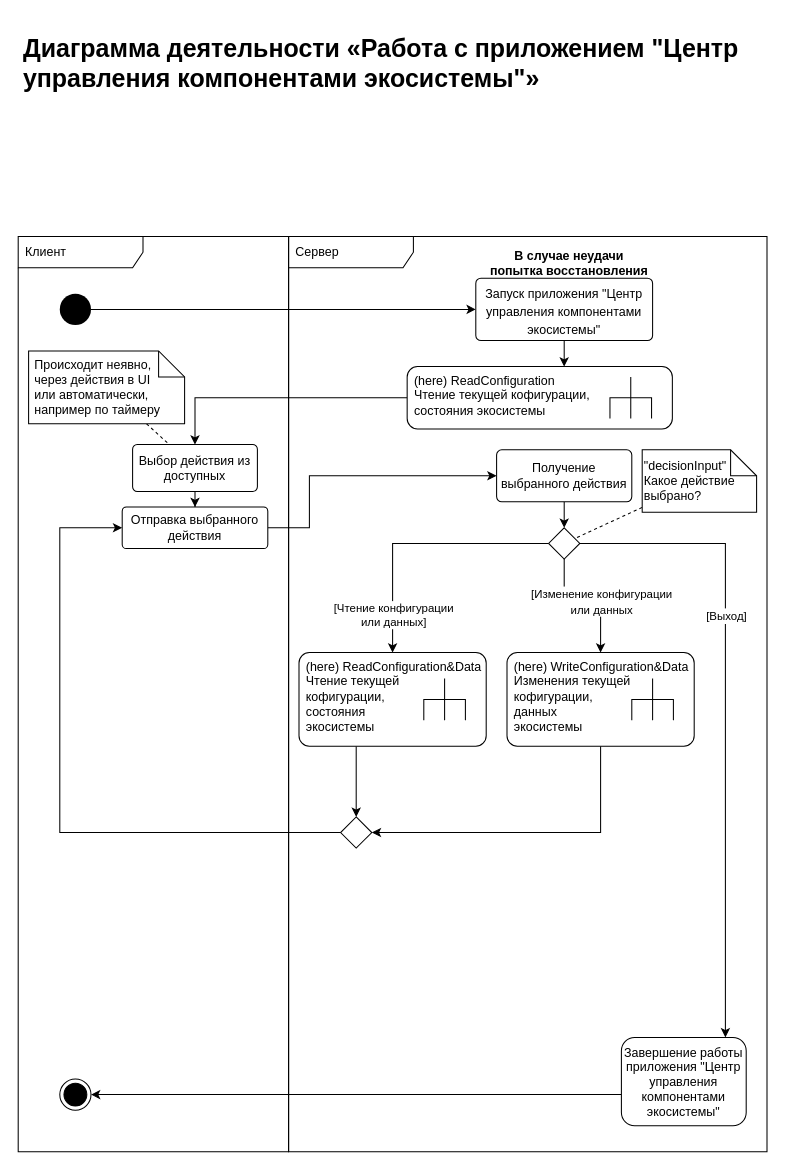
Above: page "Main diagram" (1 of 3) of architecture/zero-level/activity-diagrams/AD.StartECC.drawio in AVAtarMod/Linux_Ecosystem (draw.io), before the change. Source tidied: cells renumbered, new cells numbered last; positions are measured from the earlier drawing's top-left corner, leaving out a move shared by most shapes. Both pictures are drawn from the tidied source at 104%, with x=0, y=0 at pixel (18, 28).
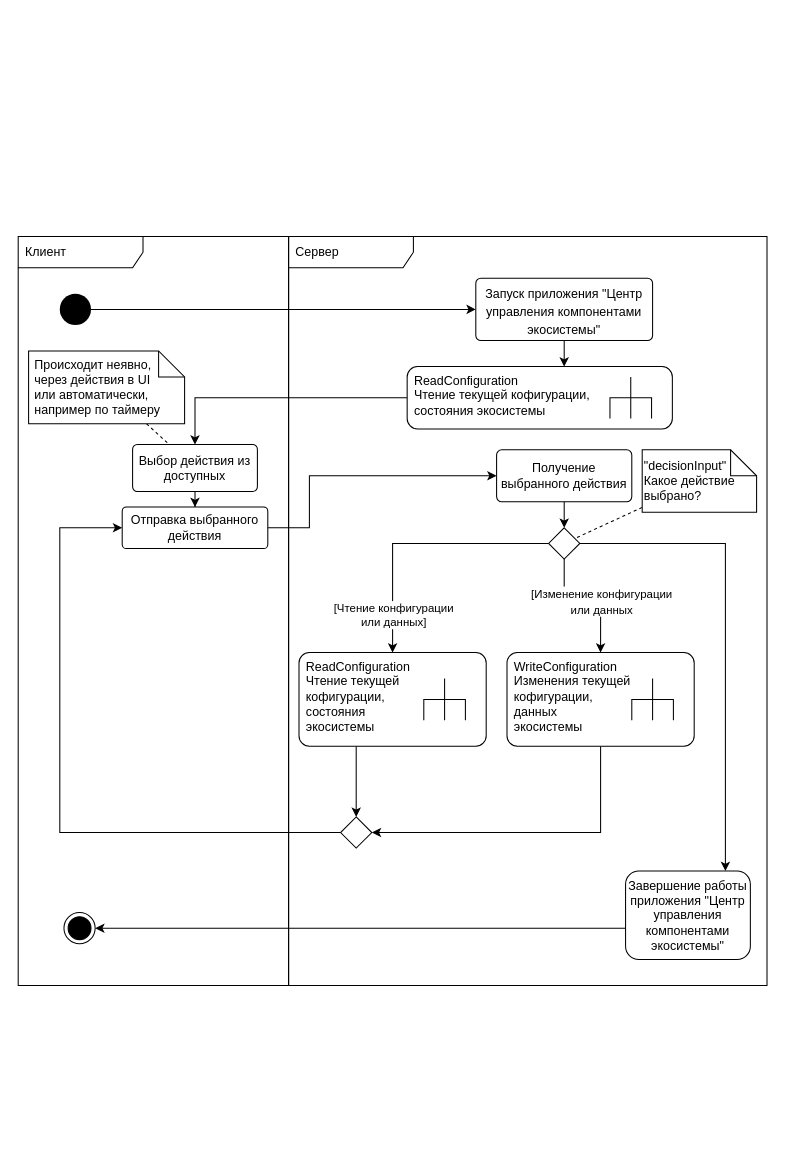
The same page after the edit.

Commit message (it also covers changes not shown here):
(architecture) изменено: диаграммы деятельности; добавлено: tex-опсание

The edit, as a diff of the source:
```diff
@@
     <mxCell id="2" value="Сервер" style="shape=umlFrame;whiteSpace=wrap;html=1;width=120;height=30;boundedLbl=1;verticalAlign=middle;align=left;spacingLeft=5;" parent="1" vertex="1">
-      <mxGeometry x="260" y="200" width="460" height="880" as="geometry" />
+      <mxGeometry x="260" y="200" width="460" height="720" as="geometry" />
     </mxCell>
-    <mxCell id="3" value="В случае неудачи &#10;попытка восстановления" style="text;align=center;fontStyle=1;verticalAlign=middle;spacingLeft=3;spacingRight=3;strokeColor=none;rounded=1;" parent="1" vertex="1">
-      <mxGeometry x="450" y="200" width="160" height="50" as="geometry" />
-    </mxCell>
-    <mxCell id="4" value="&lt;h1&gt;Диаграмма деятельности «Работа с приложением &quot;Центр управления компонентами экосистемы&quot;»&lt;/h1&gt;&lt;span style=&quot;text-align: center;&quot;&gt;&lt;br&gt;&lt;/span&gt;" style="text;html=1;strokeColor=none;fillColor=none;spacing=5;spacingTop=-20;overflow=hidden;rounded=0;whiteSpace=wrap;" parent="1" vertex="1">
-      <mxGeometry width="730" height="160" as="geometry" />
-    </mxCell>
     <mxCell id="5" value="Клиент" style="shape=umlFrame;whiteSpace=wrap;html=1;width=120;height=30;boundedLbl=1;verticalAlign=middle;align=left;spacingLeft=5;" parent="1" vertex="1">
-      <mxGeometry y="200" width="260" height="880" as="geometry" />
+      <mxGeometry y="200" width="260" height="720" as="geometry" />
     </mxCell>
     <mxCell id="6" style="ellipse;html=1;shape=endState;fillColor=#000000;strokeColor=#000000;fontSize=14;" parent="1" vertex="1">
-      <mxGeometry x="40" y="1010" width="30" height="30" as="geometry" />
+      <mxGeometry x="44" y="850" width="30" height="30" as="geometry" />
     </mxCell>
@@
     <mxCell id="27" style="edgeStyle=orthogonalEdgeStyle;shape=connector;rounded=0;jettySize=auto;html=1;labelBackgroundColor=default;fontFamily=Helvetica;fontSize=12;fontColor=default;endArrow=classic;strokeColor=default;" parent="1" edge="1" source="28" target="6">
       <mxGeometry relative="1" as="geometry">
         <Array as="points">
-          <mxPoint x="460" y="1025" />
-          <mxPoint x="460" y="1025" />
+          <mxPoint x="464" y="865" />
+          <mxPoint x="464" y="865" />
         </Array>
       </mxGeometry>
     </mxCell>
     <mxCell id="28" value="Завершение работы приложения &quot;Центр управления компонентами экосистемы&quot;" style="whiteSpace=wrap;html=1;rounded=1;" parent="1" vertex="1">
-      <mxGeometry x="580" y="970" width="120" height="85" as="geometry" />
+      <mxGeometry x="584" y="810" width="120" height="85" as="geometry" />
     </mxCell>
-    <mxCell id="29" value="(here) ReadConfiguration&lt;br&gt;&lt;span style=&quot;text-align: center;&quot;&gt;Чтение текущей кофигурации, &lt;br&gt;состояния экосистемы&lt;/span&gt;" style="shape=mxgraph.uml25.behaviorAction;html=1;rounded=1;absoluteArcSize=1;arcSize=10;align=left;spacingLeft=5;fontFamily=Helvetica;fontSize=12;fontColor=default;strokeColor=default;fillColor=default;verticalAlign=top;" parent="1" vertex="1">
+    <mxCell id="29" value="ReadConfiguration&lt;br&gt;&lt;span style=&quot;text-align: center;&quot;&gt;Чтение текущей кофигурации, &lt;br&gt;состояния экосистемы&lt;/span&gt;" style="shape=mxgraph.uml25.behaviorAction;html=1;rounded=1;absoluteArcSize=1;arcSize=10;align=left;spacingLeft=5;fontFamily=Helvetica;fontSize=12;fontColor=default;strokeColor=default;fillColor=default;verticalAlign=top;" parent="1" vertex="1">
       <mxGeometry x="374" y="325" width="255" height="60" as="geometry" />
     </mxCell>
@@
-    <mxCell id="33" value="(here) ReadConfiguration&amp;amp;Data&lt;br&gt;&lt;span style=&quot;&quot;&gt;Чтение текущей &lt;br&gt;кофигурации, &lt;br&gt;состояния &lt;br&gt;экосистемы&lt;/span&gt;" style="shape=mxgraph.uml25.behaviorAction;html=1;rounded=1;absoluteArcSize=1;arcSize=10;align=left;spacingLeft=5;fontFamily=Helvetica;fontSize=12;fontColor=default;strokeColor=default;fillColor=default;verticalAlign=top;horizontal=1;labelPosition=center;verticalLabelPosition=middle;" parent="1" vertex="1">
+    <mxCell id="33" value="ReadConfiguration&lt;br&gt;&lt;span style=&quot;&quot;&gt;Чтение текущей &lt;br&gt;кофигурации, &lt;br&gt;состояния &lt;br&gt;экосистемы&lt;/span&gt;" style="shape=mxgraph.uml25.behaviorAction;html=1;rounded=1;absoluteArcSize=1;arcSize=10;align=left;spacingLeft=5;fontFamily=Helvetica;fontSize=12;fontColor=default;strokeColor=default;fillColor=default;verticalAlign=top;horizontal=1;labelPosition=center;verticalLabelPosition=middle;" parent="1" vertex="1">
       <mxGeometry x="270" y="600" width="180" height="90" as="geometry" />
     </mxCell>
@@
-    <mxCell id="35" value="(here) WriteConfiguration&amp;amp;Data&lt;br&gt;&lt;span style=&quot;&quot;&gt;Изменения текущей &lt;br&gt;кофигурации, &lt;br&gt;данных&lt;br&gt;экосистемы&lt;/span&gt;" style="shape=mxgraph.uml25.behaviorAction;html=1;rounded=1;absoluteArcSize=1;arcSize=10;align=left;spacingLeft=5;fontFamily=Helvetica;fontSize=12;fontColor=default;strokeColor=default;fillColor=default;verticalAlign=top;horizontal=1;labelPosition=center;verticalLabelPosition=middle;" parent="1" vertex="1">
+    <mxCell id="35" value="WriteConfiguration&lt;br&gt;&lt;span style=&quot;&quot;&gt;Изменения текущей &lt;br&gt;кофигурации, &lt;br&gt;данных&lt;br&gt;экосистемы&lt;/span&gt;" style="shape=mxgraph.uml25.behaviorAction;html=1;rounded=1;absoluteArcSize=1;arcSize=10;align=left;spacingLeft=5;fontFamily=Helvetica;fontSize=12;fontColor=default;strokeColor=default;fillColor=default;verticalAlign=top;horizontal=1;labelPosition=center;verticalLabelPosition=middle;" parent="1" vertex="1">
       <mxGeometry x="470" y="600" width="180" height="90" as="geometry" />
     </mxCell>
```
